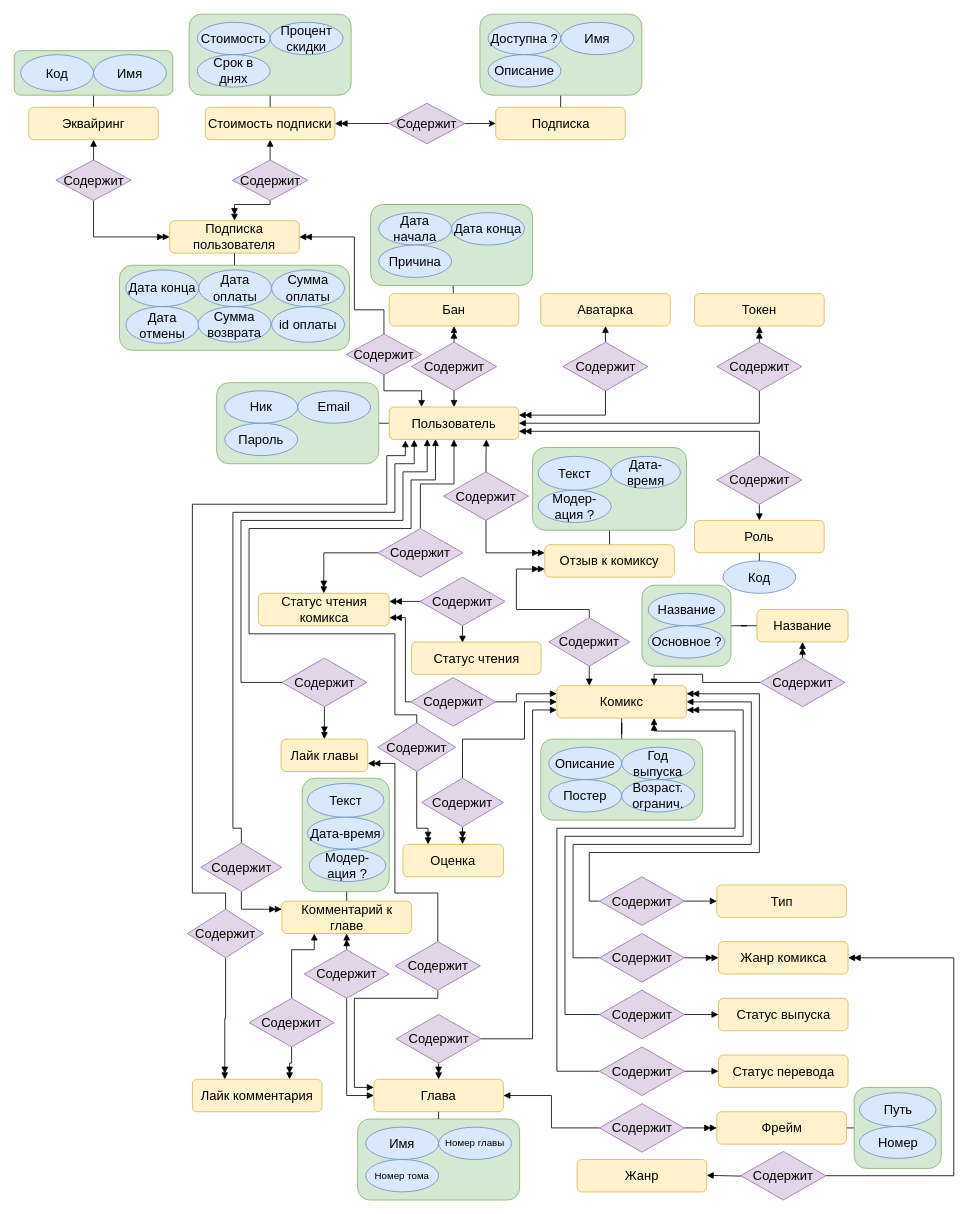
Before: page "Концептуальная" (1 of 3) of ПМ.11/Модели базы данных.drawio in Zamelane/exams-3-course, a draw.io diagram. Source tidied: cells renumbered, new cells numbered last; positions are measured from the earlier drawing's top-left corner, leaving out a move shared by most shapes. Both pictures are drawn from the tidied source at 81%, with x=0, y=0 at pixel (14, 14).
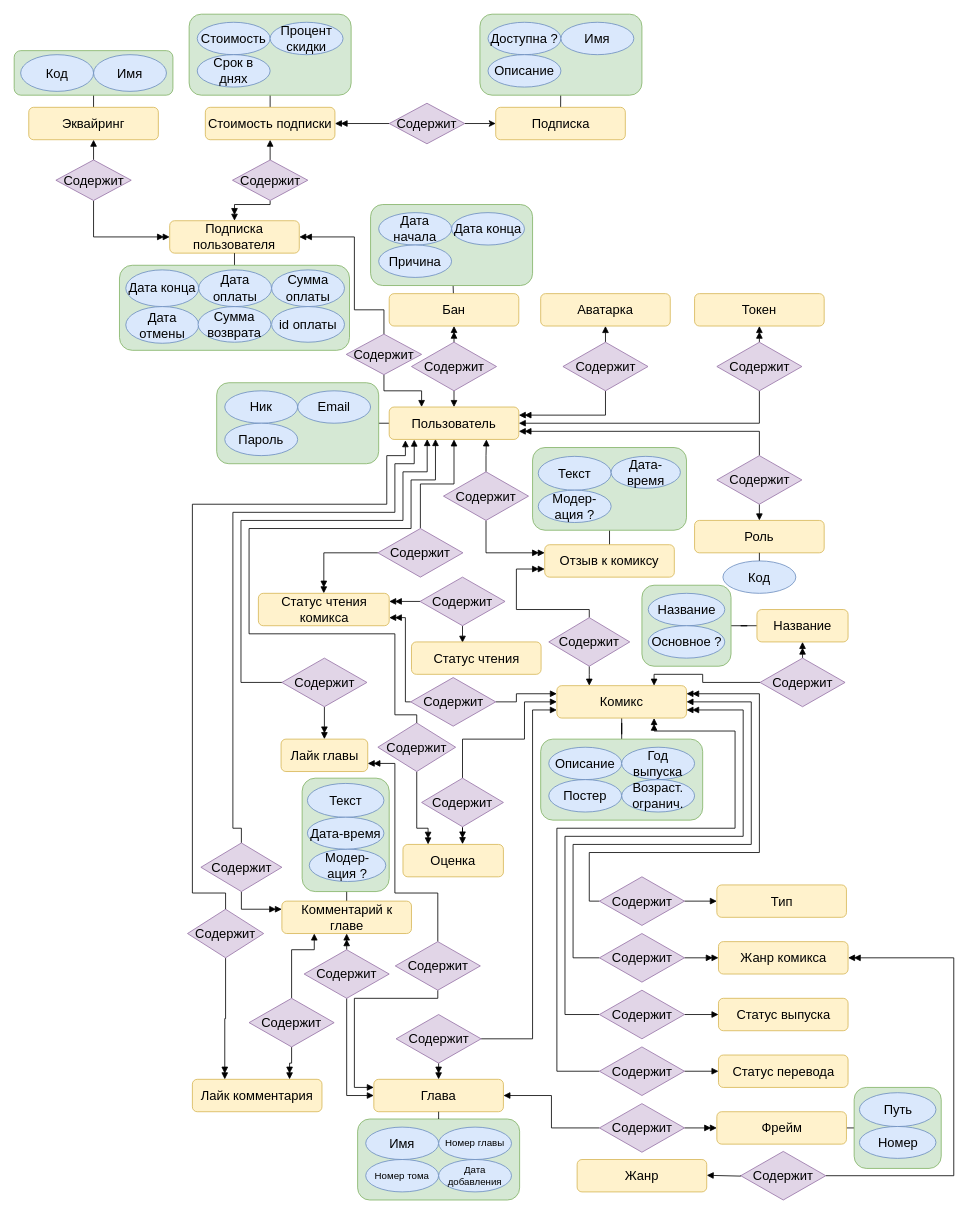
The same diagram, later.

Unchanged cells that the change refers to:
```xml
<mxCell id="91" style="group;" parent="1" vertex="1">
  <mxGeometry x="424" y="1364" width="200" height="100" as="geometry" />
</mxCell>
```

The edit, as a diff of the source:
```diff
@@
+    <mxCell id="189" value="Дата добавления" style="ellipse;whiteSpace=wrap;html=1;rounded=1;strokeColor=#6c8ebf;align=center;verticalAlign=middle;fontFamily=Helvetica;fontSize=12;fillColor=#dae8fc;" parent="91" vertex="1">
+      <mxGeometry x="100" y="50" width="90" height="40" as="geometry" />
+    </mxCell>
```
